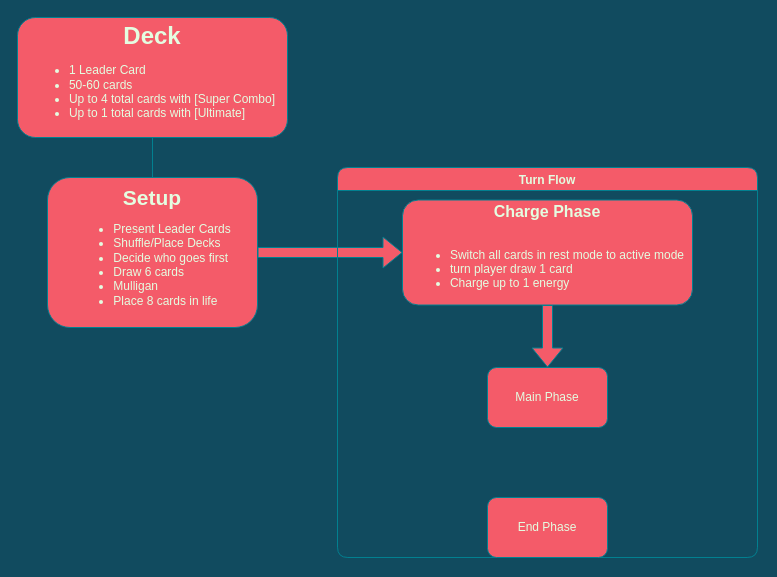
Earlier version of the draw.io diagram page "Base Game Timing" (1 of 4) of diagrams/timing.drawio (Slamerz/Dragon-Ball-Super-Rulings). Source tidied: cells renumbered, new cells numbered last; positions are measured from the earlier drawing's top-left corner, leaving out a move shared by most shapes. Both pictures are drawn from the tidied source at 100%, with x=0, y=0 at pixel (17, 17).
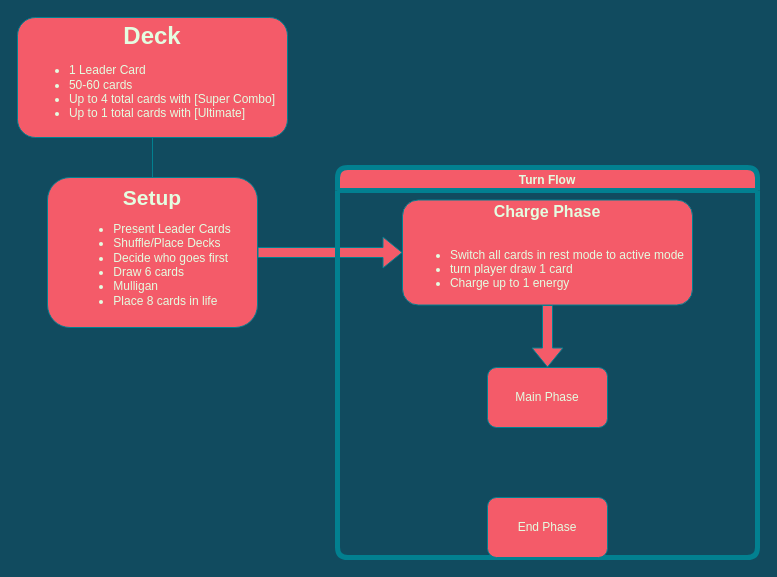
After the change.

Diff of the diagram source:
```diff
@@
 <mxGraphModel background="#114B5F">
   <root>
     <mxCell id="0" />
     <mxCell id="1" parent="0" />
     <mxCell id="2" style="edgeStyle=orthogonalEdgeStyle;jettySize=auto;html=1;fontColor=#E4FDE1;strokeColor=#028090;fillColor=#F45B69;shape=flexArrow;labelBackgroundColor=#114B5F;" parent="1" edge="1" source="3" target="8">
       <mxGeometry relative="1" as="geometry" />
     </mxCell>
     <mxCell id="3" value="&lt;b style=&quot;font-size: 21px&quot;&gt;Setup&lt;/b&gt;&lt;br&gt;&lt;div&gt;&lt;ul&gt;&lt;li style=&quot;text-align: left&quot;&gt;Present Leader Cards&lt;/li&gt;&lt;li style=&quot;text-align: left&quot;&gt;Shuffle/Place Decks&lt;/li&gt;&lt;li style=&quot;text-align: left&quot;&gt;Decide who goes first&lt;/li&gt;&lt;li style=&quot;text-align: left&quot;&gt;Draw 6 cards&lt;/li&gt;&lt;li style=&quot;text-align: left&quot;&gt;Mulligan&lt;/li&gt;&lt;li style=&quot;text-align: left&quot;&gt;Place 8 cards in life&amp;nbsp;&lt;/li&gt;&lt;/ul&gt;&lt;/div&gt;" style="whiteSpace=wrap;html=1;fontColor=#E4FDE1;strokeColor=#028090;fillColor=#F45B69;align=center;rounded=1;" parent="1" vertex="1">
       <mxGeometry x="30" y="160" width="210" height="150" as="geometry" />
     </mxCell>
     <mxCell id="4" style="edgeStyle=orthogonalEdgeStyle;jettySize=auto;html=1;endArrow=none;endFill=0;strokeColor=#028090;fontColor=#E4FDE1;labelBackgroundColor=#114B5F;" parent="1" edge="1" source="5" target="3">
       <mxGeometry relative="1" as="geometry" />
     </mxCell>
     <mxCell id="5" value="&lt;font size=&quot;1&quot;&gt;&lt;b style=&quot;font-size: 24px&quot;&gt;Deck&lt;/b&gt;&lt;/font&gt;&lt;br&gt;&lt;ul&gt;&lt;li style=&quot;text-align: left&quot;&gt;1 Leader Card&lt;/li&gt;&lt;li style=&quot;text-align: left&quot;&gt;50-60 cards&lt;/li&gt;&lt;li style=&quot;text-align: left&quot;&gt;Up to 4 total cards with [Super Combo]&lt;/li&gt;&lt;li style=&quot;text-align: left&quot;&gt;Up to 1 total cards with [Ultimate]&lt;/li&gt;&lt;/ul&gt;" style="whiteSpace=wrap;html=1;fontColor=#E4FDE1;strokeColor=#028090;fillColor=#F45B69;align=center;rounded=1;" parent="1" vertex="1">
       <mxGeometry width="270" height="120" as="geometry" />
     </mxCell>
-    <mxCell id="6" value="Turn Flow" style="swimlane;fillColor=#F45B69;strokeColor=#028090;fontColor=#E4FDE1;rounded=1;" parent="1" vertex="1">
+    <mxCell id="6" value="Turn Flow" style="swimlane;fillColor=#F45B69;strokeColor=#028090;fontColor=#E4FDE1;rounded=1;strokeWidth=5;" parent="1" vertex="1">
       <mxGeometry x="320" y="150" width="420" height="390" as="geometry" />
     </mxCell>
     <mxCell id="7" style="edgeStyle=orthogonalEdgeStyle;shape=flexArrow;jettySize=auto;html=1;endArrow=block;endFill=0;strokeColor=#028090;fontColor=#E4FDE1;fillColor=#F45B69;labelBackgroundColor=#114B5F;" parent="6" edge="1" source="8" target="10">
       <mxGeometry relative="1" as="geometry" />
     </mxCell>
     <mxCell id="8" value="&lt;b&gt;&lt;font style=&quot;font-size: 16px&quot;&gt;Charge Phase&lt;/font&gt;&lt;/b&gt;&lt;br&gt;&lt;br&gt;&lt;div&gt;&lt;ul&gt;&lt;li style=&quot;text-align: left&quot;&gt;Switch all cards in rest mode to active mode&lt;/li&gt;&lt;li style=&quot;text-align: left&quot;&gt;turn player draw 1 card&lt;/li&gt;&lt;li style=&quot;text-align: left&quot;&gt;Charge up to 1 energy&lt;/li&gt;&lt;/ul&gt;&lt;/div&gt;" style="whiteSpace=wrap;html=1;fontColor=#E4FDE1;strokeColor=#028090;fillColor=#F45B69;rounded=1;" parent="6" vertex="1">
       <mxGeometry x="65" y="32.5" width="290" height="105" as="geometry" />
     </mxCell>
     <mxCell id="9" value="End Phase" style="whiteSpace=wrap;html=1;fontColor=#E4FDE1;strokeColor=#028090;fillColor=#F45B69;rounded=1;" parent="6" vertex="1">
       <mxGeometry x="150" y="330" width="120" height="60" as="geometry" />
     </mxCell>
     <mxCell id="10" value="Main Phase" style="whiteSpace=wrap;html=1;fontColor=#E4FDE1;strokeColor=#028090;fillColor=#F45B69;rounded=1;" parent="6" vertex="1">
       <mxGeometry x="150" y="200" width="120" height="60" as="geometry" />
     </mxCell>
   </root>
 </mxGraphModel>
```
